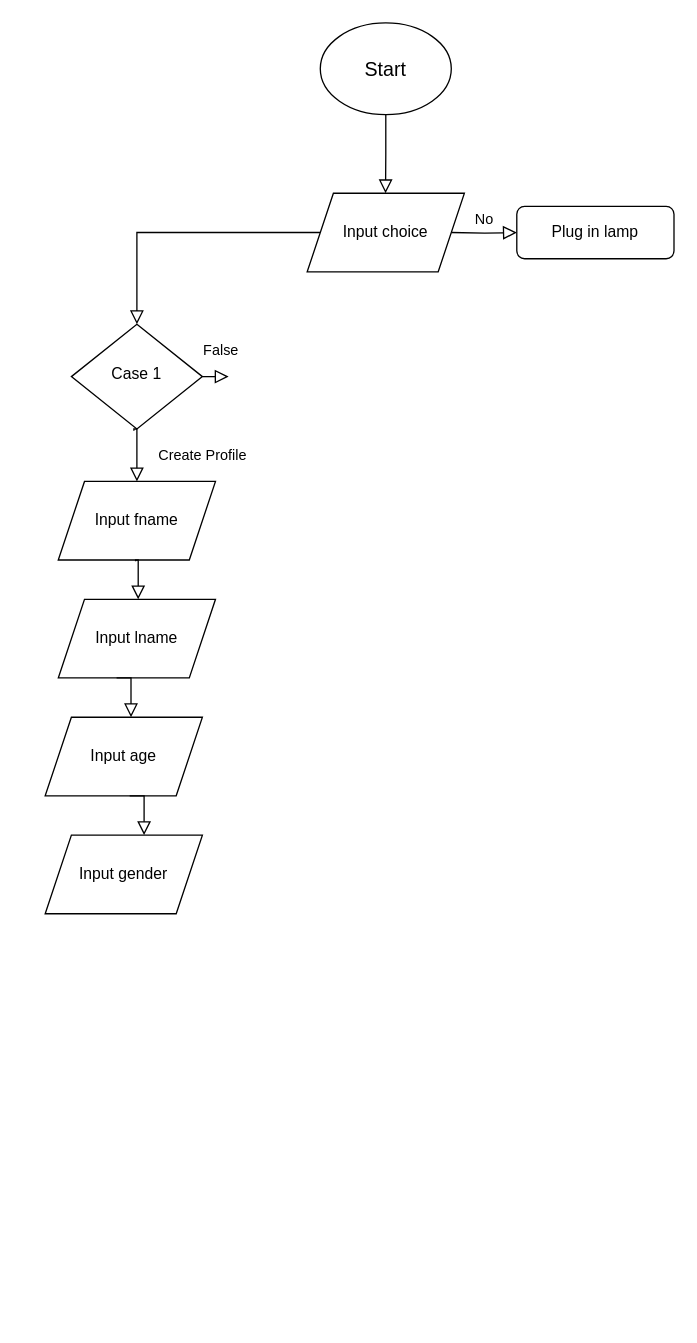
Earlier version of the draw.io diagram Untitled Diagram.drawio (Sens3iProgrammer/random_stuff). Source tidied: cells renumbered, new cells numbered last; positions are measured from the earlier drawing's top-left corner, leaving out a move shared by most shapes. Both pictures are drawn from the tidied source at 131%, with x=0, y=0 at pixel (45, 22).
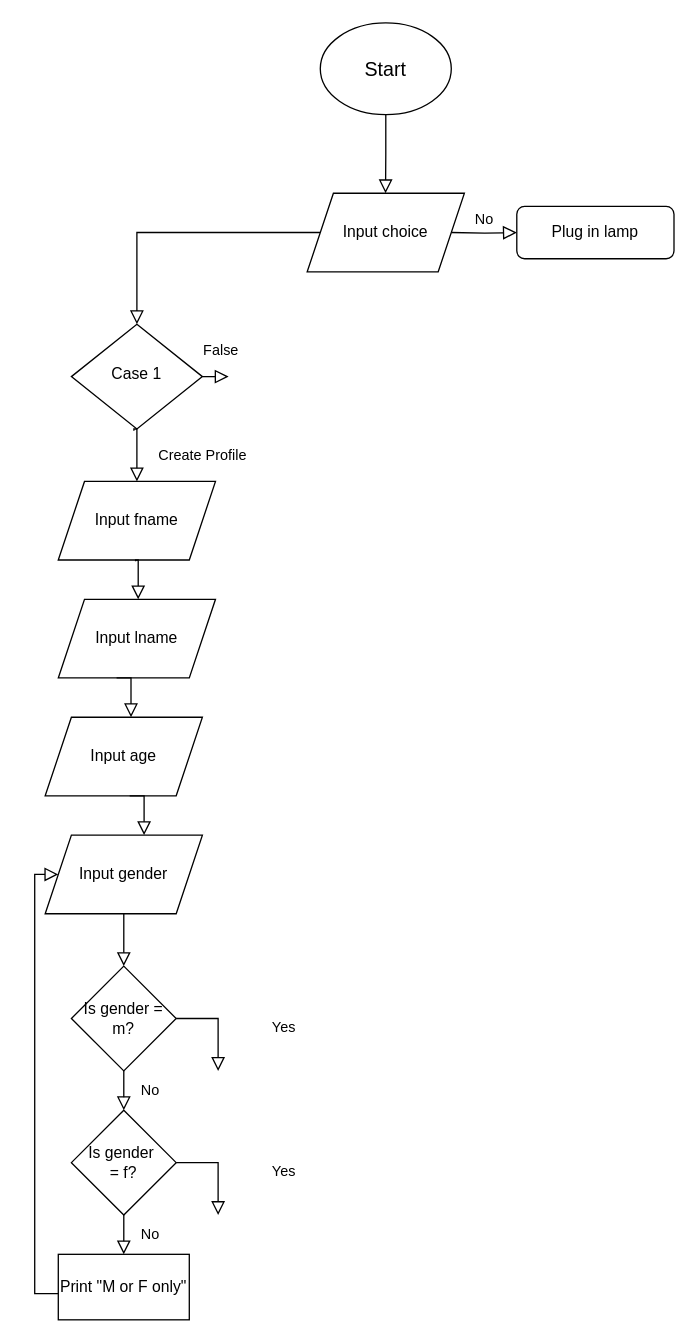
Above is the later version.

The change refers to these unchanged cells:
```xml
<mxCell id="16" value="Input gender" style="shape=parallelogram;perimeter=parallelogramPerimeter;whiteSpace=wrap;html=1;fixedSize=1;" parent="1" vertex="1">
  <mxGeometry y="620" width="120" height="60" as="geometry" />
</mxCell>
```

Change to the diagram source:
```diff
@@
+    <mxCell id="18" value="Is gender = m?" style="rhombus;whiteSpace=wrap;html=1;" parent="1" vertex="1">
+      <mxGeometry x="20" y="720" width="80" height="80" as="geometry" />
+    </mxCell>
+    <mxCell id="19" style="rounded=0;html=1;jettySize=auto;fontSize=11;endArrow=block;endFill=0;endSize=8;strokeWidth=1;shadow=0;labelBackgroundColor=none;edgeStyle=orthogonalEdgeStyle;exitX=0.5;exitY=1;exitDx=0;exitDy=0;entryX=0.5;entryY=0;entryDx=0;entryDy=0;" parent="1" edge="1" source="16" target="18">
+      <mxGeometry x="0.08" y="50" relative="1" as="geometry">
+        <Array as="points">
+          <mxPoint x="60" y="700" />
+          <mxPoint x="60" y="700" />
+        </Array>
+      </mxGeometry>
+    </mxCell>
+    <mxCell id="20" value="Yes" style="rounded=0;html=1;jettySize=auto;fontSize=11;endArrow=block;endFill=0;endSize=8;strokeWidth=1;shadow=0;labelBackgroundColor=none;edgeStyle=orthogonalEdgeStyle;exitX=1;exitY=0.5;exitDx=0;exitDy=0;entryX=0.5;entryY=0;entryDx=0;entryDy=0;" parent="1" edge="1" source="18">
+      <mxGeometry x="0.08" y="50" relative="1" as="geometry">
+        <mxPoint x="132" y="800" as="targetPoint" />
+        <Array as="points">
+          <mxPoint x="132" y="760" />
+        </Array>
+      </mxGeometry>
+    </mxCell>
+    <mxCell id="21" value="No" style="rounded=0;html=1;jettySize=auto;fontSize=11;endArrow=block;endFill=0;endSize=8;strokeWidth=1;shadow=0;labelBackgroundColor=none;edgeStyle=orthogonalEdgeStyle;exitX=0.5;exitY=1;exitDx=0;exitDy=0;" parent="1" edge="1" source="18">
+      <mxGeometry y="20" relative="1" as="geometry">
+        <mxPoint x="60" y="830" as="targetPoint" />
+        <Array as="points">
+          <mxPoint x="60" y="820" />
+          <mxPoint x="60" y="820" />
+        </Array>
+      </mxGeometry>
+    </mxCell>
+    <mxCell id="22" value="Is gender&amp;nbsp;&lt;div&gt;= f?&lt;/div&gt;" style="rhombus;whiteSpace=wrap;html=1;" parent="1" vertex="1">
+      <mxGeometry x="20" y="830" width="80" height="80" as="geometry" />
+    </mxCell>
+    <mxCell id="23" value="Yes" style="rounded=0;html=1;jettySize=auto;fontSize=11;endArrow=block;endFill=0;endSize=8;strokeWidth=1;shadow=0;labelBackgroundColor=none;edgeStyle=orthogonalEdgeStyle;exitX=1;exitY=0.5;exitDx=0;exitDy=0;entryX=0.5;entryY=0;entryDx=0;entryDy=0;" parent="1" edge="1" source="22">
+      <mxGeometry x="0.08" y="50" relative="1" as="geometry">
+        <mxPoint x="132" y="910" as="targetPoint" />
+        <Array as="points">
+          <mxPoint x="132" y="870" />
+        </Array>
+      </mxGeometry>
+    </mxCell>
+    <mxCell id="24" value="No" style="rounded=0;html=1;jettySize=auto;fontSize=11;endArrow=block;endFill=0;endSize=8;strokeWidth=1;shadow=0;labelBackgroundColor=none;edgeStyle=orthogonalEdgeStyle;exitX=0.5;exitY=1;exitDx=0;exitDy=0;" parent="1" edge="1" source="22">
+      <mxGeometry y="20" relative="1" as="geometry">
+        <mxPoint x="60" y="940" as="targetPoint" />
+        <Array as="points">
+          <mxPoint x="60" y="930" />
+          <mxPoint x="60" y="930" />
+        </Array>
+      </mxGeometry>
+    </mxCell>
+    <mxCell id="25" value="Print &quot;M or F only&quot;" style="rounded=0;whiteSpace=wrap;html=1;" parent="1" vertex="1">
+      <mxGeometry x="10" y="940" width="100" height="50" as="geometry" />
+    </mxCell>
+    <mxCell id="26" style="rounded=0;html=1;jettySize=auto;fontSize=11;endArrow=block;endFill=0;endSize=8;strokeWidth=1;shadow=0;labelBackgroundColor=none;edgeStyle=orthogonalEdgeStyle;exitX=0;exitY=0.6;exitDx=0;exitDy=0;entryX=0;entryY=0.5;entryDx=0;entryDy=0;exitPerimeter=0;" parent="1" edge="1" source="25" target="16">
+      <mxGeometry x="0.09" y="50" relative="1" as="geometry">
+        <Array as="points">
+          <mxPoint x="-8" y="970" />
+          <mxPoint x="-8" y="650" />
+        </Array>
+      </mxGeometry>
+    </mxCell>
```
